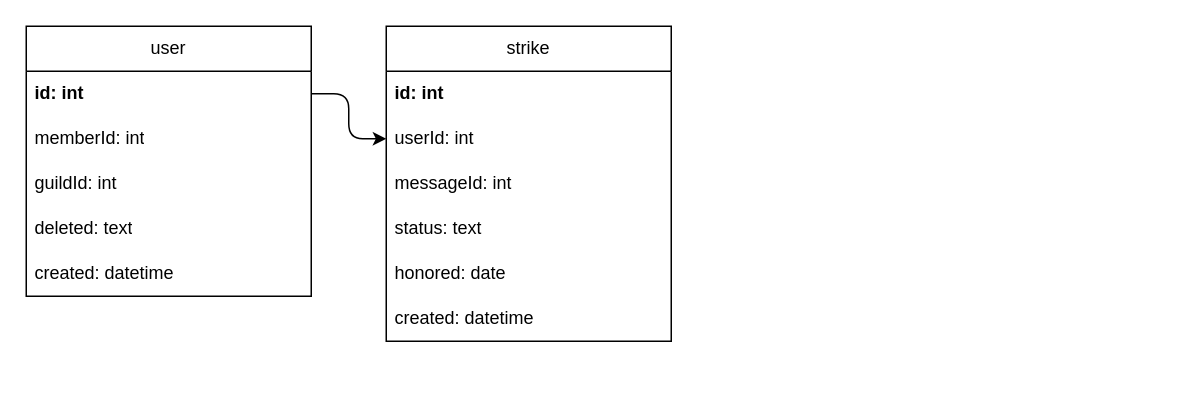
Above: docs/erd.drawio in j-haller/strike-bot (draw.io), before the change. Source tidied: cells renumbered, new cells numbered last; positions are measured from the earlier drawing's top-left corner, leaving out a move shared by most shapes. Both pictures are drawn from the tidied source at 150%, with x=0, y=0 at pixel (26, 26).
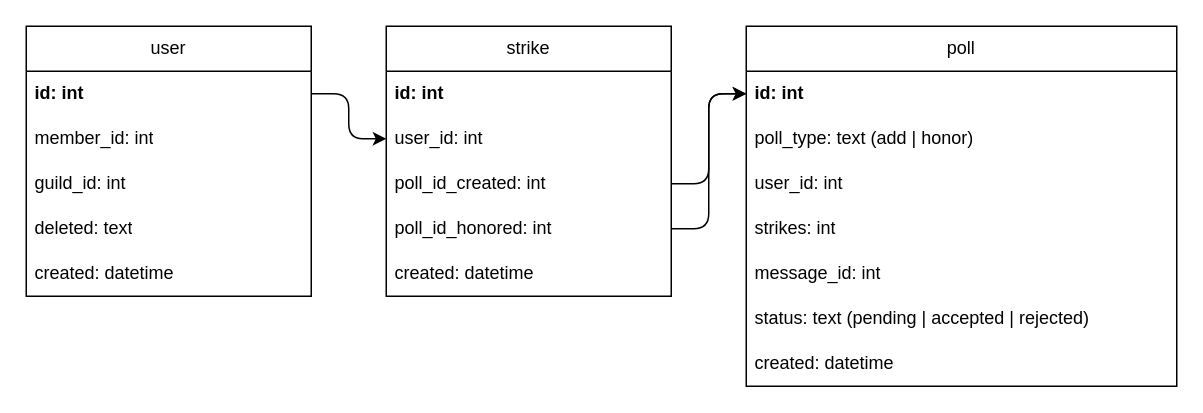
After the change.

Commit message (it also covers changes not shown here):
feature: add `/honorstrike` command, closes #2 update database schema

The change refers to these unchanged cells:
```xml
<mxCell id="2" value="user" style="swimlane;fontStyle=0;horizontal=1;startSize=30;whiteSpace=wrap;html=1;" parent="1" vertex="1">
  <mxGeometry width="190" height="180" as="geometry" />
</mxCell>
```

The edit, as a diff of the source:
```diff
@@
-    <mxCell id="4" value="memberId: int" style="text;strokeColor=none;fillColor=none;align=left;verticalAlign=middle;spacingLeft=4;spacingRight=4;overflow=hidden;whiteSpace=wrap;html=1;" parent="2" vertex="1">
+    <mxCell id="4" value="member_id: int" style="text;strokeColor=none;fillColor=none;align=left;verticalAlign=middle;spacingLeft=4;spacingRight=4;overflow=hidden;whiteSpace=wrap;html=1;" parent="2" vertex="1">
       <mxGeometry y="60" width="190" height="30" as="geometry" />
     </mxCell>
-    <mxCell id="5" value="guildId: int" style="text;strokeColor=none;fillColor=none;align=left;verticalAlign=middle;spacingLeft=4;spacingRight=4;overflow=hidden;whiteSpace=wrap;html=1;" parent="2" vertex="1">
+    <mxCell id="5" value="guild_id: int" style="text;strokeColor=none;fillColor=none;align=left;verticalAlign=middle;spacingLeft=4;spacingRight=4;overflow=hidden;whiteSpace=wrap;html=1;" parent="2" vertex="1">
       <mxGeometry y="90" width="190" height="30" as="geometry" />
     </mxCell>
@@
     <mxCell id="8" value="strike" style="swimlane;fontStyle=0;horizontal=1;startSize=30;whiteSpace=wrap;html=1;" parent="1" vertex="1">
-      <mxGeometry x="240" width="190" height="210" as="geometry" />
+      <mxGeometry x="240" width="190" height="180" as="geometry" />
     </mxCell>
@@
-    <mxCell id="10" value="userId: int" style="text;strokeColor=none;fillColor=none;align=left;verticalAlign=middle;spacingLeft=4;spacingRight=4;overflow=hidden;points=[[0,0.5],[1,0.5]];portConstraint=eastwest;whiteSpace=wrap;html=1;" parent="8" vertex="1">
+    <mxCell id="10" value="user_id: int" style="text;strokeColor=none;fillColor=none;align=left;verticalAlign=middle;spacingLeft=4;spacingRight=4;overflow=hidden;points=[[0,0.5],[1,0.5]];portConstraint=eastwest;whiteSpace=wrap;html=1;" parent="8" vertex="1">
       <mxGeometry y="60" width="190" height="30" as="geometry" />
     </mxCell>
-    <mxCell id="11" value="messageId: int" style="text;strokeColor=none;fillColor=none;align=left;verticalAlign=middle;spacingLeft=4;spacingRight=4;overflow=hidden;whiteSpace=wrap;html=1;" parent="8" vertex="1">
-      <mxGeometry y="90" width="190" height="30" as="geometry" />
-    </mxCell>
-    <mxCell id="12" value="status: text" style="text;strokeColor=none;fillColor=none;align=left;verticalAlign=middle;spacingLeft=4;spacingRight=4;overflow=hidden;whiteSpace=wrap;html=1;" parent="8" vertex="1">
-      <mxGeometry y="120" width="190" height="30" as="geometry" />
-    </mxCell>
-    <mxCell id="13" value="honored: date" style="text;strokeColor=none;fillColor=none;align=left;verticalAlign=middle;spacingLeft=4;spacingRight=4;overflow=hidden;whiteSpace=wrap;html=1;" parent="8" vertex="1">
-      <mxGeometry y="150" width="190" height="30" as="geometry" />
-    </mxCell>
+    <mxCell id="16" value="poll_id_created: int" style="text;strokeColor=none;fillColor=none;align=left;verticalAlign=middle;spacingLeft=4;spacingRight=4;overflow=hidden;points=[[0,0.5],[1,0.5]];portConstraint=eastwest;whiteSpace=wrap;html=1;" parent="8" vertex="1">
+      <mxGeometry y="90" width="190" height="30" as="geometry" />
+    </mxCell>
+    <mxCell id="17" value="poll_id_honored: int" style="text;strokeColor=none;fillColor=none;align=left;verticalAlign=middle;spacingLeft=4;spacingRight=4;overflow=hidden;points=[[0,0.5],[1,0.5]];portConstraint=eastwest;whiteSpace=wrap;html=1;" parent="8" vertex="1">
+      <mxGeometry y="120" width="190" height="30" as="geometry" />
+    </mxCell>
     <mxCell id="14" value="created: datetime" style="text;strokeColor=none;fillColor=none;align=left;verticalAlign=middle;spacingLeft=4;spacingRight=4;overflow=hidden;whiteSpace=wrap;html=1;" parent="8" vertex="1">
-      <mxGeometry y="180" width="190" height="30" as="geometry" />
+      <mxGeometry y="150" width="190" height="30" as="geometry" />
     </mxCell>
@@
+    <mxCell id="18" value="poll" style="swimlane;fontStyle=0;horizontal=1;startSize=30;whiteSpace=wrap;html=1;" parent="1" vertex="1">
+      <mxGeometry x="480" width="287" height="240" as="geometry" />
+    </mxCell>
+    <mxCell id="19" value="&lt;b&gt;id: int&lt;/b&gt;" style="text;strokeColor=none;fillColor=none;align=left;verticalAlign=middle;spacingLeft=4;spacingRight=4;overflow=hidden;points=[[0,0.5],[1,0.5]];portConstraint=eastwest;whiteSpace=wrap;html=1;" parent="18" vertex="1">
+      <mxGeometry y="30" width="287" height="30" as="geometry" />
+    </mxCell>
+    <mxCell id="20" value="poll_type: text (add | honor)" style="text;strokeColor=none;fillColor=none;align=left;verticalAlign=middle;spacingLeft=4;spacingRight=4;overflow=hidden;whiteSpace=wrap;html=1;" parent="18" vertex="1">
+      <mxGeometry y="60" width="287" height="30" as="geometry" />
+    </mxCell>
+    <mxCell id="21" value="user_id: int" style="text;strokeColor=none;fillColor=none;align=left;verticalAlign=middle;spacingLeft=4;spacingRight=4;overflow=hidden;whiteSpace=wrap;html=1;" parent="18" vertex="1">
+      <mxGeometry y="90" width="287" height="30" as="geometry" />
+    </mxCell>
+    <mxCell id="22" value="strikes: int" style="text;strokeColor=none;fillColor=none;align=left;verticalAlign=middle;spacingLeft=4;spacingRight=4;overflow=hidden;whiteSpace=wrap;html=1;" parent="18" vertex="1">
+      <mxGeometry y="120" width="287" height="30" as="geometry" />
+    </mxCell>
+    <mxCell id="23" value="message_id: int" style="text;strokeColor=none;fillColor=none;align=left;verticalAlign=middle;spacingLeft=4;spacingRight=4;overflow=hidden;whiteSpace=wrap;html=1;" parent="18" vertex="1">
+      <mxGeometry y="150" width="287" height="30" as="geometry" />
+    </mxCell>
+    <mxCell id="24" value="status: text (pending | accepted | rejected)" style="text;strokeColor=none;fillColor=none;align=left;verticalAlign=middle;spacingLeft=4;spacingRight=4;overflow=hidden;whiteSpace=wrap;html=1;" parent="18" vertex="1">
+      <mxGeometry y="180" width="287" height="30" as="geometry" />
+    </mxCell>
+    <mxCell id="25" value="created: datetime" style="text;strokeColor=none;fillColor=none;align=left;verticalAlign=middle;spacingLeft=4;spacingRight=4;overflow=hidden;whiteSpace=wrap;html=1;" parent="18" vertex="1">
+      <mxGeometry y="210" width="287" height="30" as="geometry" />
+    </mxCell>
+    <mxCell id="26" style="edgeStyle=orthogonalEdgeStyle;rounded=1;jettySize=auto;html=1;exitX=1;exitY=0.5;exitDx=0;exitDy=0;entryX=0;entryY=0.5;entryDx=0;entryDy=0;curved=0;" parent="1" edge="1" source="16" target="19">
+      <mxGeometry relative="1" as="geometry" />
+    </mxCell>
+    <mxCell id="27" style="edgeStyle=orthogonalEdgeStyle;rounded=1;jettySize=auto;html=1;exitX=1;exitY=0.5;exitDx=0;exitDy=0;entryX=0;entryY=0.5;entryDx=0;entryDy=0;curved=0;" parent="1" edge="1" source="17" target="19">
+      <mxGeometry relative="1" as="geometry" />
+    </mxCell>
```
